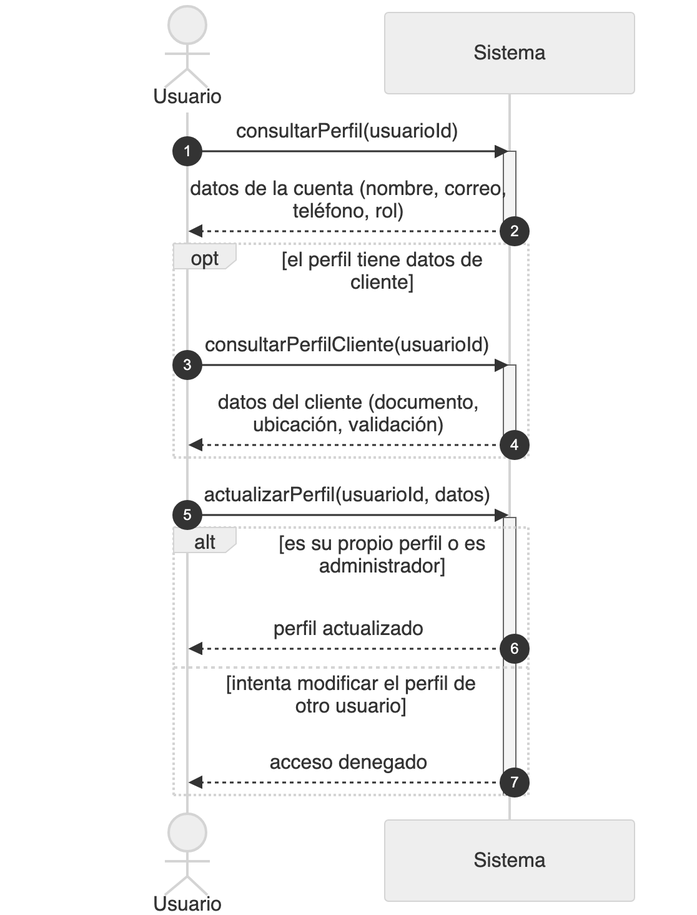
Above: diagramas/png/DSS_CU-004_Gestionar-Perfil-De-Usuario.png in Nahuelito-Dev/splg-docs (Mermaid), before the change. Its source is kept beside it as diagramas/DSS_CU-004_Gestionar-Perfil-De-Usuario.mmd.
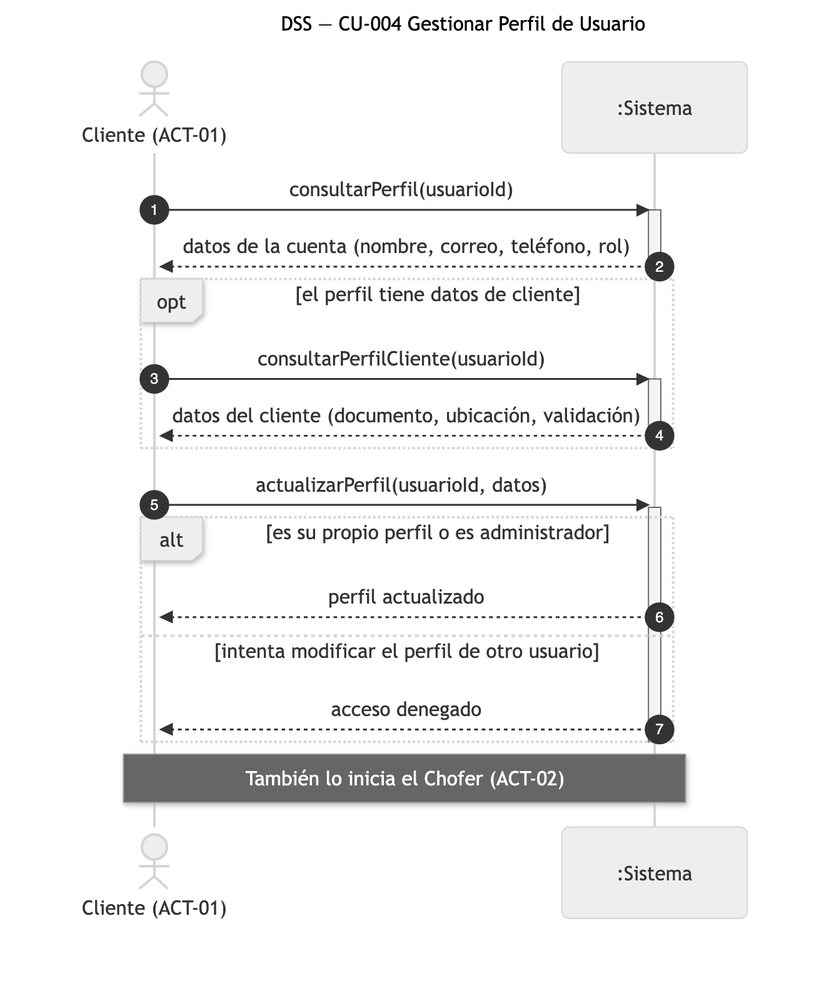
Later version of the same file.

The edit, as a diff of the source:
```diff
@@ -1,8 +1,8 @@
 sequenceDiagram
-    title DSS — CU-004 Gestionar Perfil De Usuario
+    title DSS — CU-004 Gestionar Perfil de Usuario
     autonumber
-    actor CLI as Usuario
-    participant SIS as Sistema
+    actor CLI as Cliente (ACT-01)
+    participant SIS as :Sistema
 
     CLI->>SIS: consultarPerfil(usuarioId)
     activate SIS
@@ -24,3 +24,4 @@
         SIS-->>CLI: acceso denegado
     end
     deactivate SIS
+    Note over CLI,SIS: También lo inicia el Chofer (ACT-02)
```
